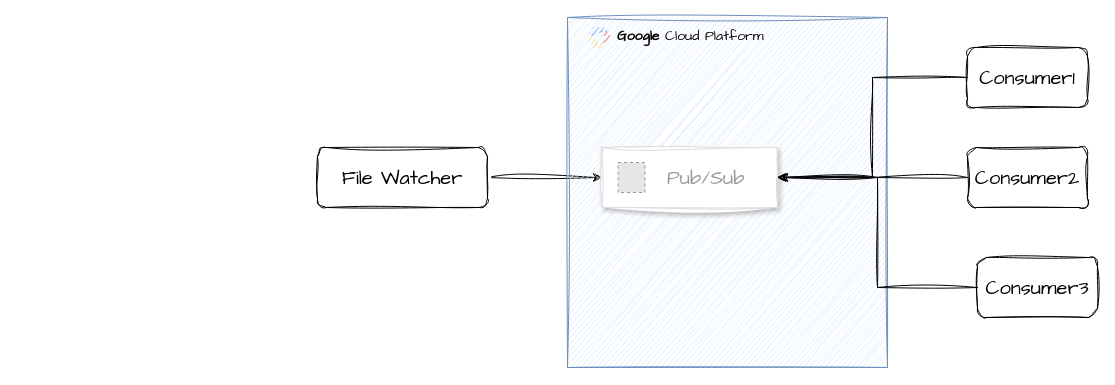
This is task distribution.drawio from EvanLeung08/eshare-architect-doc, a draw.io file, before an edit. Source tidied: cells renumbered, new cells numbered last; positions are measured from the earlier drawing's top-left corner, leaving out a move shared by most shapes. Both pictures are drawn from the tidied source at 100%, with x=0, y=0 at pixel (317, 17). Pictures stored in the file or linked from it are replaced by grey dashed boxes.
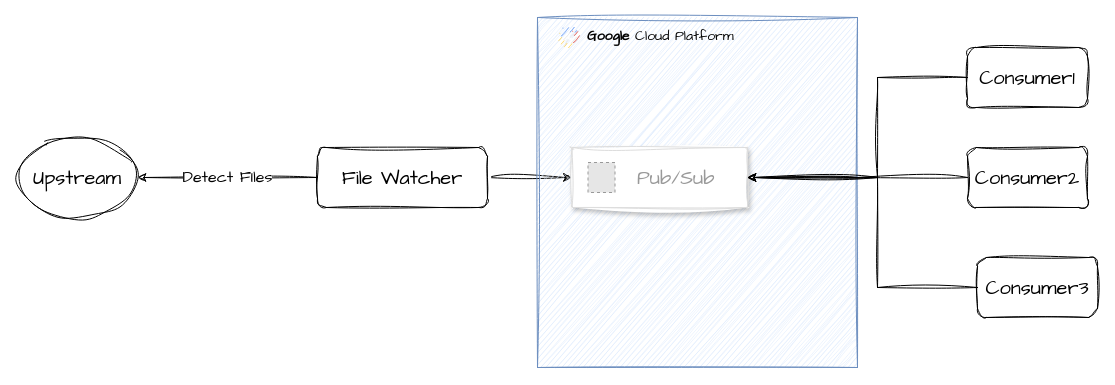
The same diagram, later.

The change refers to these unchanged cells:
```xml
<mxCell id="3" value="File Watcher" style="rounded=1;whiteSpace=wrap;html=1;hachureGap=4;fontFamily=Architects Daughter;fontSize=20;sketch=1;curveFitting=1;jiggle=2;" parent="1" vertex="1">
  <mxGeometry y="130" width="170" height="60" as="geometry" />
</mxCell>
<mxCell id="6" style="strokeColor=#dddddd;shadow=1;strokeWidth=1;rounded=1;absoluteArcSize=1;arcSize=2;sketch=1;hachureGap=4;jiggle=2;curveFitting=1;fontFamily=Architects Daughter;fontSize=20;" parent="4" vertex="1">
  <mxGeometry x="34.5" y="130" width="175.5" height="60" as="geometry" />
</mxCell>
<mxCell id="9" value="Consumer1" style="rounded=1;whiteSpace=wrap;html=1;sketch=1;hachureGap=4;jiggle=2;curveFitting=1;fontFamily=Architects Daughter;fontSize=20;" parent="1" vertex="1">
  <mxGeometry x="650" y="30" width="120" height="60" as="geometry" />
</mxCell>
<mxCell id="11" value="Consumer2" style="rounded=1;whiteSpace=wrap;html=1;sketch=1;hachureGap=4;jiggle=2;curveFitting=1;fontFamily=Architects Daughter;fontSize=20;" parent="1" vertex="1">
  <mxGeometry x="650" y="130" width="120" height="60" as="geometry" />
</mxCell>
<mxCell id="13" value="Consumer3" style="rounded=1;whiteSpace=wrap;html=1;sketch=1;hachureGap=4;jiggle=2;curveFitting=1;fontFamily=Architects Daughter;fontSize=20;" parent="1" vertex="1">
  <mxGeometry x="660" y="240" width="120" height="60" as="geometry" />
</mxCell>
```

Change to the diagram source:
```diff
@@
+    <mxCell id="14" value="Detect FIles" style="edgeStyle=orthogonalEdgeStyle;rounded=0;sketch=1;hachureGap=4;jiggle=2;curveFitting=1;jettySize=auto;html=1;entryX=1;entryY=0.5;entryDx=0;entryDy=0;fontFamily=Architects Daughter;fontSize=16;endArrow=classic;endFill=1;" parent="1" edge="1" source="3" target="15">
+      <mxGeometry relative="1" as="geometry" />
+    </mxCell>
@@
     <mxCell id="4" value="&lt;b&gt;Google &lt;/b&gt;Cloud Platform" style="fillColor=#dae8fc;strokeColor=#6c8ebf;shadow=0;fontSize=14;align=left;spacing=10;9E9E9E;verticalAlign=top;spacingTop=-4;fontStyle=0;spacingLeft=40;html=1;whiteSpace=wrap;sketch=1;hachureGap=4;jiggle=2;curveFitting=1;fontFamily=Architects Daughter;" parent="1" vertex="1">
-      <mxGeometry x="250" width="320" height="350" as="geometry" />
+      <mxGeometry x="220" width="320" height="350" as="geometry" />
     </mxCell>
@@
     <mxCell id="8" style="edgeStyle=orthogonalEdgeStyle;rounded=0;sketch=1;hachureGap=4;jiggle=2;curveFitting=1;jettySize=auto;html=1;entryX=1;entryY=0.5;entryDx=0;entryDy=0;fontFamily=Architects Daughter;fontSize=16;" parent="1" edge="1" source="9" target="6">
-      <mxGeometry relative="1" as="geometry" />
+      <mxGeometry relative="1" as="geometry">
+        <Array as="points">
+          <mxPoint x="560" y="60" />
+          <mxPoint x="560" y="160" />
+        </Array>
+      </mxGeometry>
     </mxCell>
@@
     <mxCell id="10" style="edgeStyle=orthogonalEdgeStyle;rounded=0;sketch=1;hachureGap=4;jiggle=2;curveFitting=1;jettySize=auto;html=1;exitX=0;exitY=0.5;exitDx=0;exitDy=0;fontFamily=Architects Daughter;fontSize=16;" parent="1" edge="1" source="11">
       <mxGeometry relative="1" as="geometry">
-        <mxPoint x="460" y="159.8" as="targetPoint" />
+        <mxPoint x="430" y="160" as="targetPoint" />
       </mxGeometry>
     </mxCell>
@@
     <mxCell id="12" style="edgeStyle=orthogonalEdgeStyle;rounded=0;sketch=1;hachureGap=4;jiggle=2;curveFitting=1;jettySize=auto;html=1;exitX=0;exitY=0.5;exitDx=0;exitDy=0;fontFamily=Architects Daughter;fontSize=16;" parent="1" edge="1" source="13">
       <mxGeometry relative="1" as="geometry">
-        <mxPoint x="462" y="160" as="targetPoint" />
+        <mxPoint x="430" y="160" as="targetPoint" />
         <Array as="points">
           <mxPoint x="560" y="270" />
           <mxPoint x="560" y="160" />
         </Array>
       </mxGeometry>
     </mxCell>
@@
+    <mxCell id="15" value="Upstream" style="ellipse;whiteSpace=wrap;html=1;sketch=1;hachureGap=4;jiggle=2;curveFitting=1;fontFamily=Architects Daughter;fontSize=20;" parent="1" vertex="1">
+      <mxGeometry x="-300" y="120" width="120" height="80" as="geometry" />
+    </mxCell>
```
